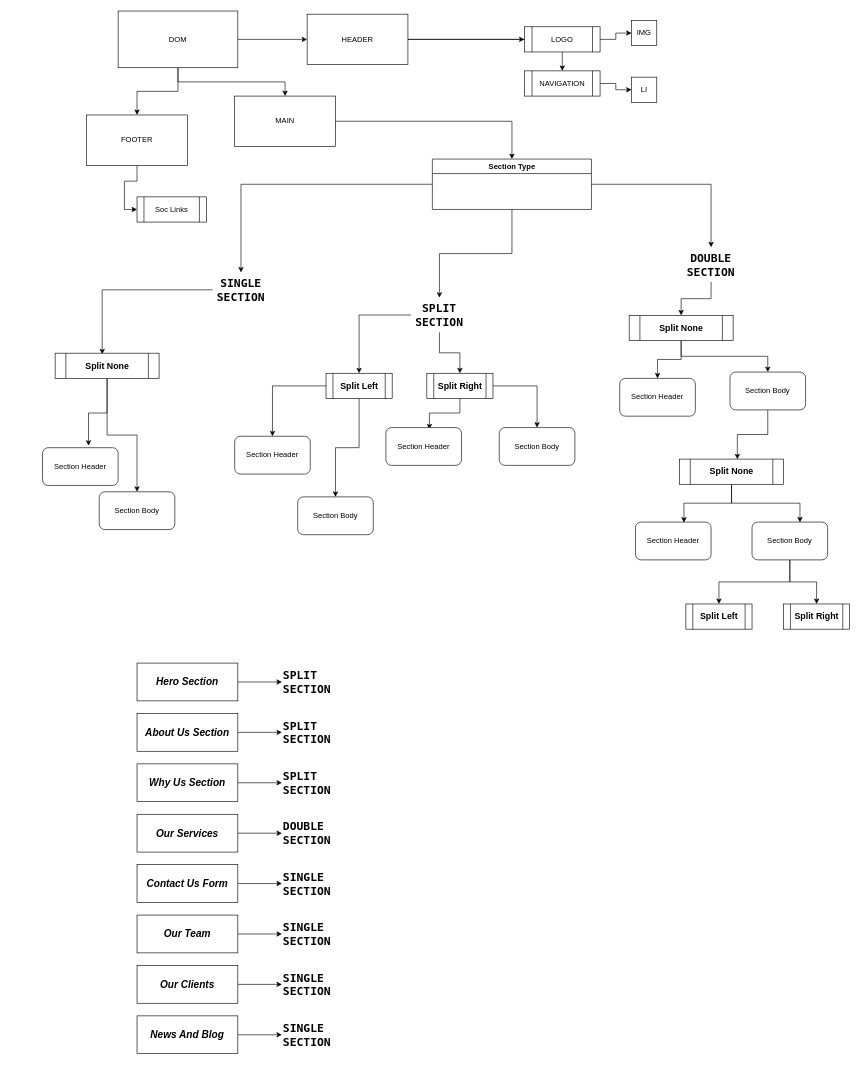
Before: Untitled Diagram.drawio in erazmozen/React-Gallery, a draw.io diagram. Source tidied: cells renumbered, new cells numbered last; positions are measured from the earlier drawing's top-left corner, leaving out a move shared by most shapes. Both pictures are drawn from the tidied source at 63%, with x=0, y=0 at pixel (42, 11).
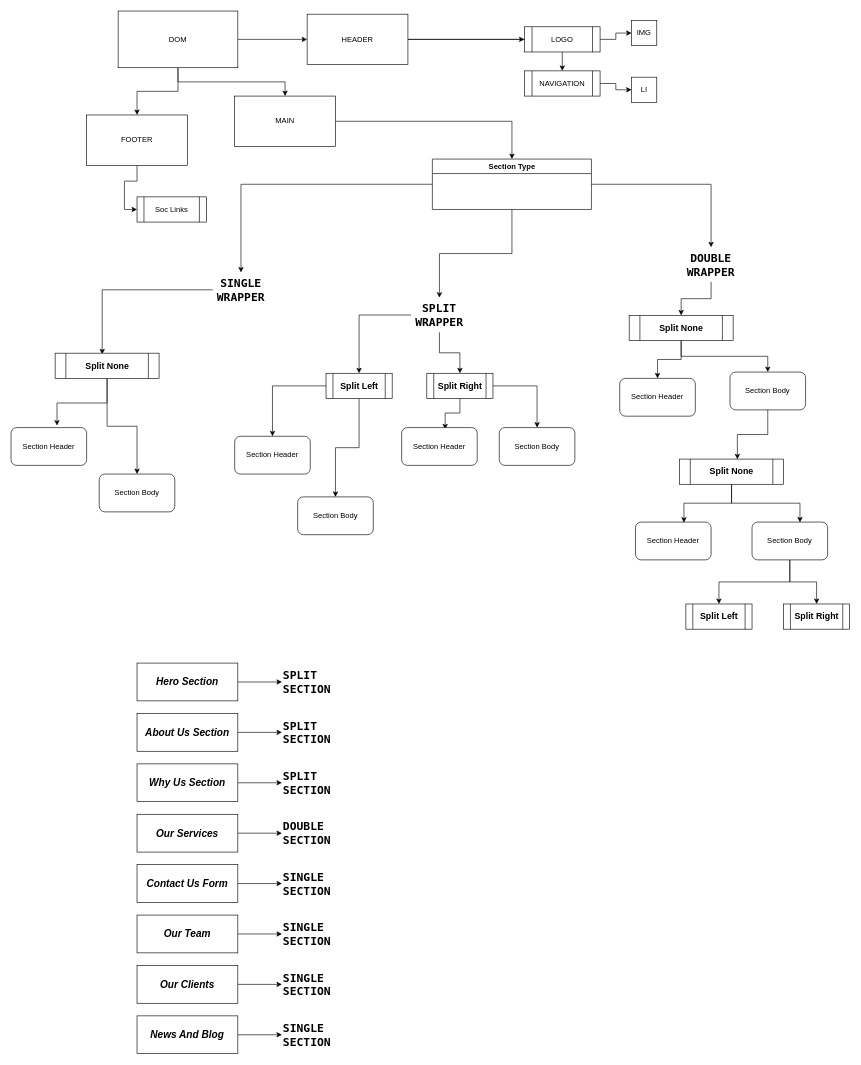
Above is the later version.

Diff of the diagram source:
```diff
@@
-    <mxCell id="28" value="&lt;font style=&quot;font-size: 18px;&quot; face=&quot;Lucida Console&quot;&gt;&lt;b&gt;SPLIT&lt;br&gt;SECTION&lt;/b&gt;&lt;/font&gt;" style="text;html=1;strokeColor=none;fillColor=none;align=center;verticalAlign=middle;whiteSpace=wrap;rounded=0;" parent="1" vertex="1">
+    <mxCell id="28" value="&lt;font style=&quot;font-size: 18px;&quot; face=&quot;Lucida Console&quot;&gt;&lt;b&gt;SPLIT&lt;br&gt;WRAPPER&lt;br&gt;&lt;/b&gt;&lt;/font&gt;" style="text;html=1;strokeColor=none;fillColor=none;align=center;verticalAlign=middle;whiteSpace=wrap;rounded=0;" parent="1" vertex="1">
       <mxGeometry x="585" y="455" width="90" height="55" as="geometry" />
     </mxCell>
@@
-    <mxCell id="30" value="&lt;font style=&quot;font-size: 18px;&quot; face=&quot;Lucida Console&quot;&gt;&lt;b&gt;SINGLE&lt;br&gt;SECTION&lt;/b&gt;&lt;/font&gt;" style="text;html=1;strokeColor=none;fillColor=none;align=center;verticalAlign=middle;whiteSpace=wrap;rounded=0;glass=0;" parent="1" vertex="1">
+    <mxCell id="30" value="&lt;font style=&quot;font-size: 18px;&quot; face=&quot;Lucida Console&quot;&gt;&lt;b&gt;SINGLE&lt;br&gt;WRAPPER&lt;br&gt;&lt;/b&gt;&lt;/font&gt;" style="text;html=1;strokeColor=none;fillColor=none;align=center;verticalAlign=middle;whiteSpace=wrap;rounded=0;glass=0;" parent="1" vertex="1">
       <mxGeometry x="270" y="415" width="90" height="55" as="geometry" />
     </mxCell>
@@
-    <mxCell id="32" value="&lt;font style=&quot;font-size: 18px;&quot; face=&quot;Lucida Console&quot;&gt;&lt;b&gt;DOUBLE&lt;br&gt;SECTION&lt;/b&gt;&lt;/font&gt;" style="text;html=1;strokeColor=none;fillColor=none;align=center;verticalAlign=middle;whiteSpace=wrap;rounded=0;" parent="1" vertex="1">
+    <mxCell id="32" value="&lt;font style=&quot;font-size: 18px;&quot; face=&quot;Lucida Console&quot;&gt;&lt;b&gt;DOUBLE&lt;br&gt;WRAPPER&lt;br&gt;&lt;/b&gt;&lt;/font&gt;" style="text;html=1;strokeColor=none;fillColor=none;align=center;verticalAlign=middle;whiteSpace=wrap;rounded=0;" parent="1" vertex="1">
       <mxGeometry x="1016.2" y="375" width="90" height="55" as="geometry" />
     </mxCell>
     <mxCell id="33" value="Section Body" style="rounded=1;whiteSpace=wrap;html=1;" parent="1" vertex="1">
-      <mxGeometry x="90" y="763.1" width="120" height="60" as="geometry" />
+      <mxGeometry x="90" y="735" width="120" height="60" as="geometry" />
     </mxCell>
     <mxCell id="34" value="Section Header" style="rounded=1;whiteSpace=wrap;html=1;" parent="1" vertex="1">
-      <mxGeometry y="693.1" width="120" height="60" as="geometry" />
+      <mxGeometry x="-50" y="661.2" width="120" height="60" as="geometry" />
     </mxCell>
@@
     <mxCell id="76" value="Section Header" style="rounded=1;whiteSpace=wrap;html=1;" parent="1" vertex="1">
-      <mxGeometry x="545" y="661.2" width="120" height="60" as="geometry" />
+      <mxGeometry x="570" y="661.2" width="120" height="60" as="geometry" />
     </mxCell>
```
